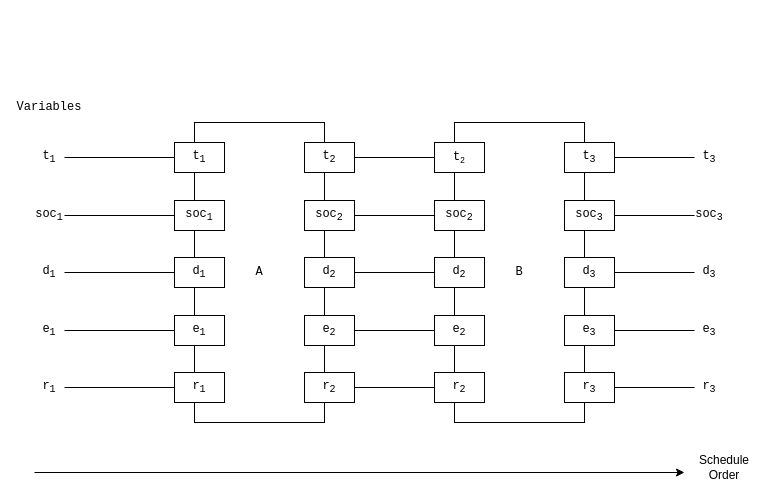
Earlier version of the draw.io diagram case_studies/space_mission/figures/task-schedule-contracts.drawio (pacti-org/pacti). Source tidied: cells renumbered, new cells numbered last; positions are measured from the earlier drawing's top-left corner, leaving out a move shared by most shapes. Both pictures are drawn from the tidied source at 100%, with x=0, y=0 at pixel (19, 92).
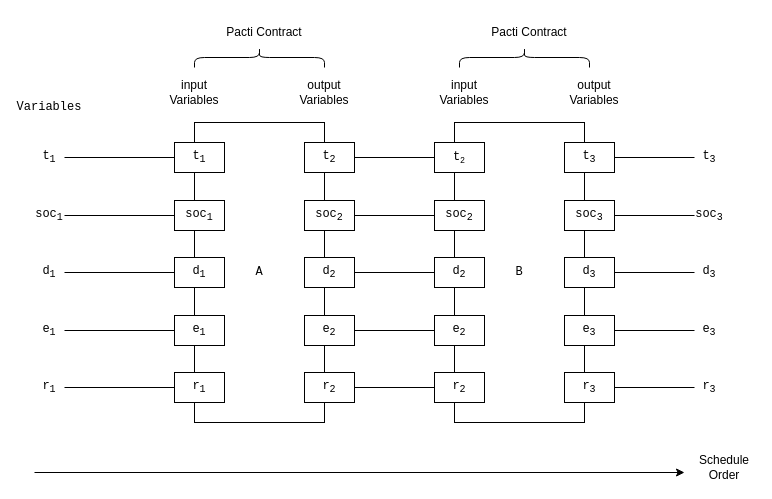
After the change.

Commit message (it also covers changes not shown here):
Fixed specs & figure

The edit, as a diff of the source:
```diff
@@
+    <mxCell id="54" value="input&lt;br&gt;Variables" style="text;html=1;strokeColor=none;fillColor=none;align=center;verticalAlign=middle;whiteSpace=wrap;rounded=0;" parent="1" vertex="1">
+      <mxGeometry x="145" y="-15" width="60" height="30" as="geometry" />
+    </mxCell>
+    <mxCell id="55" value="input&lt;br&gt;Variables" style="text;html=1;strokeColor=none;fillColor=none;align=center;verticalAlign=middle;whiteSpace=wrap;rounded=0;" parent="1" vertex="1">
+      <mxGeometry x="415" y="-15" width="60" height="30" as="geometry" />
+    </mxCell>
+    <mxCell id="56" value="output&lt;br&gt;Variables" style="text;html=1;strokeColor=none;fillColor=none;align=center;verticalAlign=middle;whiteSpace=wrap;rounded=0;" parent="1" vertex="1">
+      <mxGeometry x="275" y="-15" width="60" height="30" as="geometry" />
+    </mxCell>
+    <mxCell id="57" value="output&lt;br&gt;Variables" style="text;html=1;strokeColor=none;fillColor=none;align=center;verticalAlign=middle;whiteSpace=wrap;rounded=0;" parent="1" vertex="1">
+      <mxGeometry x="545" y="-15" width="60" height="30" as="geometry" />
+    </mxCell>
+    <mxCell id="58" style="shape=curlyBracket;whiteSpace=wrap;html=1;rounded=1;flipH=1;labelPosition=right;verticalLabelPosition=middle;align=left;verticalAlign=middle;rotation=-90;" parent="1" vertex="1">
+      <mxGeometry x="230" y="-100" width="20" height="130" as="geometry" />
+    </mxCell>
+    <mxCell id="59" value="Pacti Contract" style="text;html=1;strokeColor=none;fillColor=none;align=center;verticalAlign=middle;whiteSpace=wrap;rounded=0;" parent="1" vertex="1">
+      <mxGeometry x="200" y="-75" width="90" height="30" as="geometry" />
+    </mxCell>
+    <mxCell id="60" value="Pacti Contract" style="text;html=1;strokeColor=none;fillColor=none;align=center;verticalAlign=middle;whiteSpace=wrap;rounded=0;" parent="1" vertex="1">
+      <mxGeometry x="465" y="-75" width="90" height="30" as="geometry" />
+    </mxCell>
+    <mxCell id="61" style="shape=curlyBracket;whiteSpace=wrap;html=1;rounded=1;flipH=1;labelPosition=right;verticalLabelPosition=middle;align=left;verticalAlign=middle;rotation=-90;" parent="1" vertex="1">
+      <mxGeometry x="495" y="-100" width="20" height="130" as="geometry" />
+    </mxCell>
```
